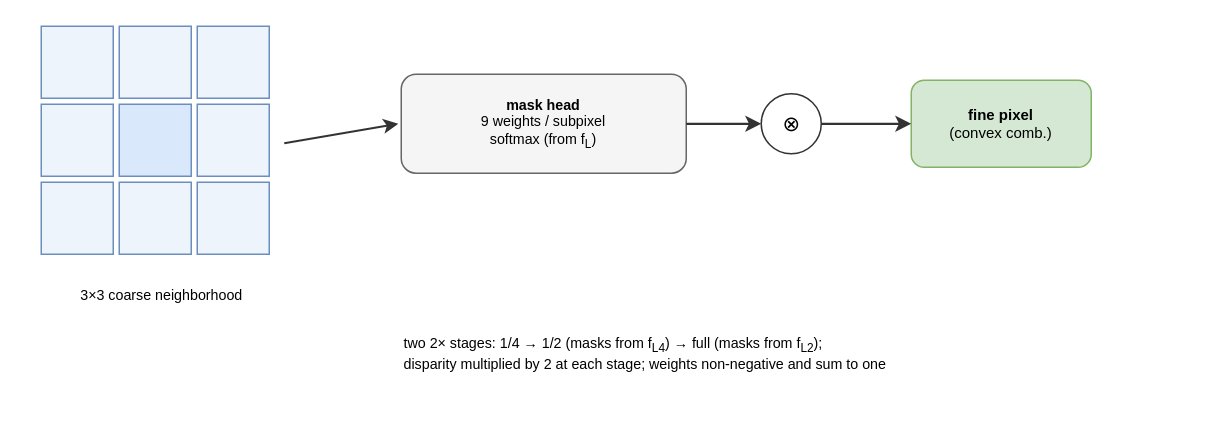
Before: thesis/book/figures/fig_3_7_upsample.drawio in abrar-nazib/StereoLite, a draw.io diagram. Source tidied: cells renumbered, new cells numbered last; positions are measured from the earlier drawing's top-left corner, leaving out a move shared by most shapes. Both pictures are drawn from the tidied source at 150%, with x=0, y=0 at pixel (26, 26).
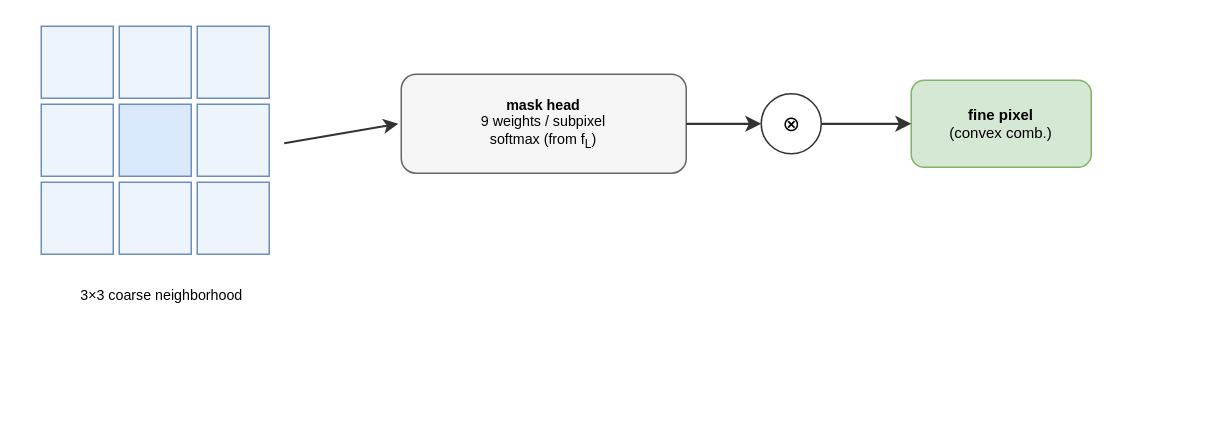
Above is the later version.

Change to the diagram source:
```diff
@@
 <mxGraphModel>
   <root>
     <mxCell id="0" />
     <mxCell id="1" parent="0" />
     <mxCell id="2" style="rounded=0;whiteSpace=wrap;html=1;fillColor=#eef4fb;strokeColor=#6c8ebf;fontSize=11;align=center;" parent="1" vertex="1">
       <mxGeometry x="10" width="48" height="48" as="geometry" />
     </mxCell>
     <mxCell id="3" style="rounded=0;whiteSpace=wrap;html=1;fillColor=#eef4fb;strokeColor=#6c8ebf;fontSize=11;align=center;" parent="1" vertex="1">
       <mxGeometry x="62" width="48" height="48" as="geometry" />
     </mxCell>
     <mxCell id="4" style="rounded=0;whiteSpace=wrap;html=1;fillColor=#eef4fb;strokeColor=#6c8ebf;fontSize=11;align=center;" parent="1" vertex="1">
       <mxGeometry x="114" width="48" height="48" as="geometry" />
     </mxCell>
     <mxCell id="5" style="rounded=0;whiteSpace=wrap;html=1;fillColor=#eef4fb;strokeColor=#6c8ebf;fontSize=11;align=center;" parent="1" vertex="1">
       <mxGeometry x="10" y="52" width="48" height="48" as="geometry" />
     </mxCell>
     <mxCell id="6" style="rounded=0;whiteSpace=wrap;html=1;fillColor=#dae8fc;strokeColor=#6c8ebf;fontSize=11;align=center;" parent="1" vertex="1">
       <mxGeometry x="62" y="52" width="48" height="48" as="geometry" />
     </mxCell>
     <mxCell id="7" style="rounded=0;whiteSpace=wrap;html=1;fillColor=#eef4fb;strokeColor=#6c8ebf;fontSize=11;align=center;" parent="1" vertex="1">
       <mxGeometry x="114" y="52" width="48" height="48" as="geometry" />
     </mxCell>
     <mxCell id="8" style="rounded=0;whiteSpace=wrap;html=1;fillColor=#eef4fb;strokeColor=#6c8ebf;fontSize=11;align=center;" parent="1" vertex="1">
       <mxGeometry x="10" y="104" width="48" height="48" as="geometry" />
     </mxCell>
     <mxCell id="9" style="rounded=0;whiteSpace=wrap;html=1;fillColor=#eef4fb;strokeColor=#6c8ebf;fontSize=11;align=center;" parent="1" vertex="1">
       <mxGeometry x="62" y="104" width="48" height="48" as="geometry" />
     </mxCell>
     <mxCell id="10" style="rounded=0;whiteSpace=wrap;html=1;fillColor=#eef4fb;strokeColor=#6c8ebf;fontSize=11;align=center;" parent="1" vertex="1">
       <mxGeometry x="114" y="104" width="48" height="48" as="geometry" />
     </mxCell>
     <mxCell id="11" value="3×3 coarse neighborhood" style="text;html=1;align=center;verticalAlign=middle;fontSize=9.5;fontColor=#000000;" parent="1" vertex="1">
       <mxGeometry y="164" width="180" height="30" as="geometry" />
     </mxCell>
     <mxCell id="12" value="&lt;b&gt;mask head&lt;/b&gt;&lt;br&gt;9 weights / subpixel&lt;br&gt;softmax (from f&lt;sub&gt;L&lt;/sub&gt;)" style="rounded=1;whiteSpace=wrap;html=1;fillColor=#f5f5f5;strokeColor=#666666;fontSize=9.5;align=center;" parent="1" vertex="1">
       <mxGeometry x="250" y="32" width="190" height="66" as="geometry" />
     </mxCell>
     <mxCell id="13" style="html=1;strokeColor=#333333;strokeWidth=1.3;endArrow=classic;" parent="1" edge="1">
       <mxGeometry relative="1" as="geometry">
         <mxPoint x="172" y="78" as="sourcePoint" />
         <mxPoint x="248" y="65" as="targetPoint" />
       </mxGeometry>
     </mxCell>
     <mxCell id="14" value="⊗" style="ellipse;html=1;fontSize=14;fillColor=#ffffff;strokeColor=#333333;" parent="1" vertex="1">
       <mxGeometry x="490" y="45" width="40" height="40" as="geometry" />
     </mxCell>
     <mxCell id="15" style="edgeStyle=orthogonalEdgeStyle;rounded=0;html=1;jettySize=auto;strokeColor=#333333;strokeWidth=1.5;fontSize=10;exitX=1;exitY=0.5;exitDx=0;exitDy=0;entryX=0;entryY=0.5;entryDx=0;entryDy=0;" parent="1" edge="1" source="12" target="14">
       <mxGeometry relative="1" as="geometry" />
     </mxCell>
     <mxCell id="16" value="&lt;b&gt;fine pixel&lt;/b&gt;&lt;br&gt;(convex comb.)" style="rounded=1;whiteSpace=wrap;html=1;fillColor=#d5e8d4;strokeColor=#82b366;fontSize=10;align=center;" parent="1" vertex="1">
       <mxGeometry x="590" y="36" width="120" height="58" as="geometry" />
     </mxCell>
     <mxCell id="17" style="edgeStyle=orthogonalEdgeStyle;rounded=0;html=1;jettySize=auto;strokeColor=#333333;strokeWidth=1.5;fontSize=10;exitX=1;exitY=0.5;exitDx=0;exitDy=0;entryX=0;entryY=0.5;entryDx=0;entryDy=0;" parent="1" edge="1" source="14" target="16">
       <mxGeometry relative="1" as="geometry" />
     </mxCell>
-    <mxCell id="18" value="two 2× stages: 1/4 → 1/2 (masks from f&lt;sub&gt;L4&lt;/sub&gt;) → full (masks from f&lt;sub&gt;L2&lt;/sub&gt;);&lt;br&gt;disparity multiplied by 2 at each stage; weights non-negative and sum to one" style="text;html=1;align=left;verticalAlign=middle;fontSize=9.5;fontColor=#000000;" parent="1" vertex="1">
-      <mxGeometry x="250" y="190" width="520" height="56" as="geometry" />
-    </mxCell>
   </root>
 </mxGraphModel>
```
